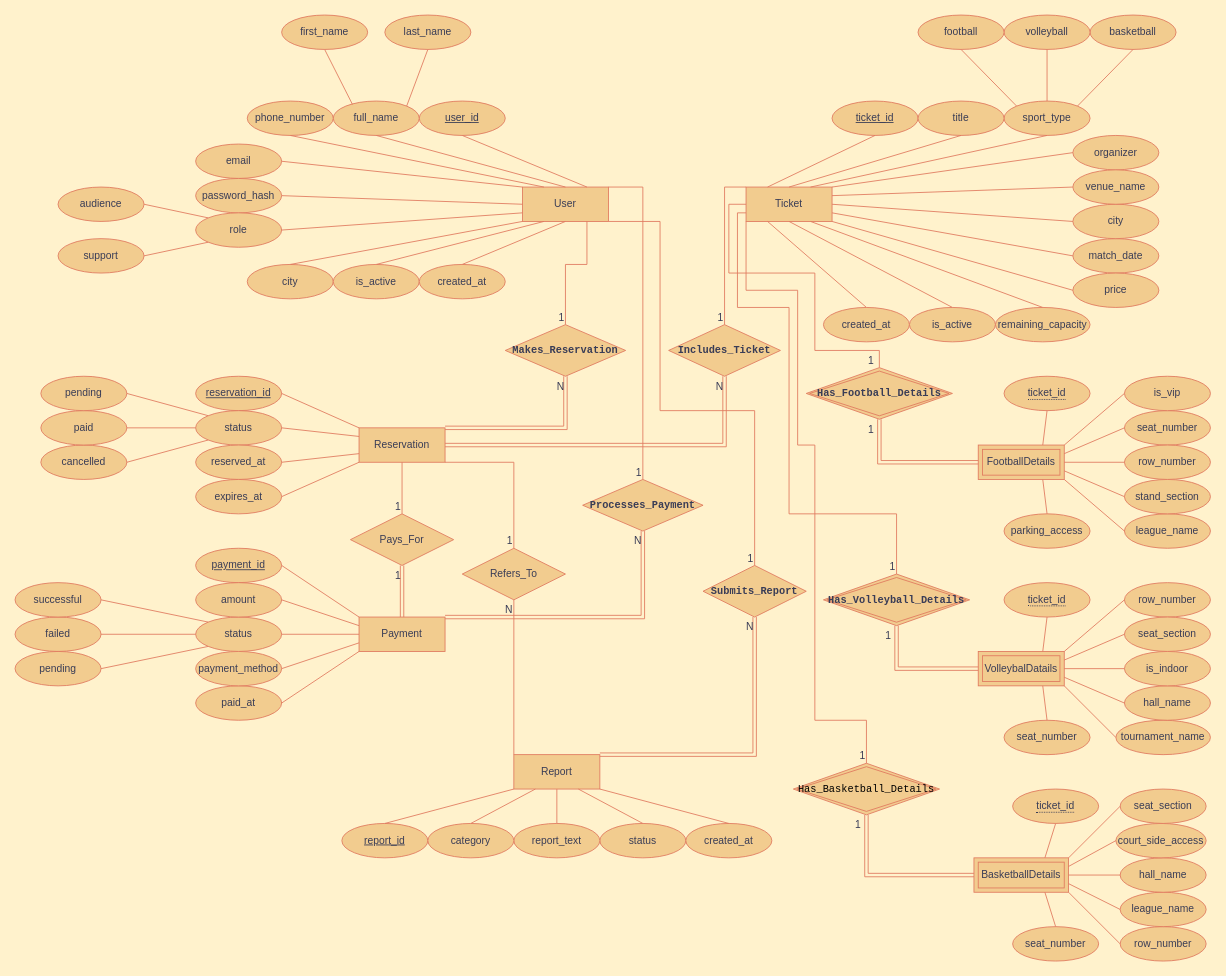
Above: database/erd/erd_diagram.drawio in MohammafAfra83/SportsTicketPlatform (draw.io), before the change. Source tidied: cells renumbered, new cells numbered last; positions are measured from the earlier drawing's top-left corner, leaving out a move shared by most shapes. Both pictures are drawn from the tidied source at 86%, with x=0, y=0 at pixel (15, 15).
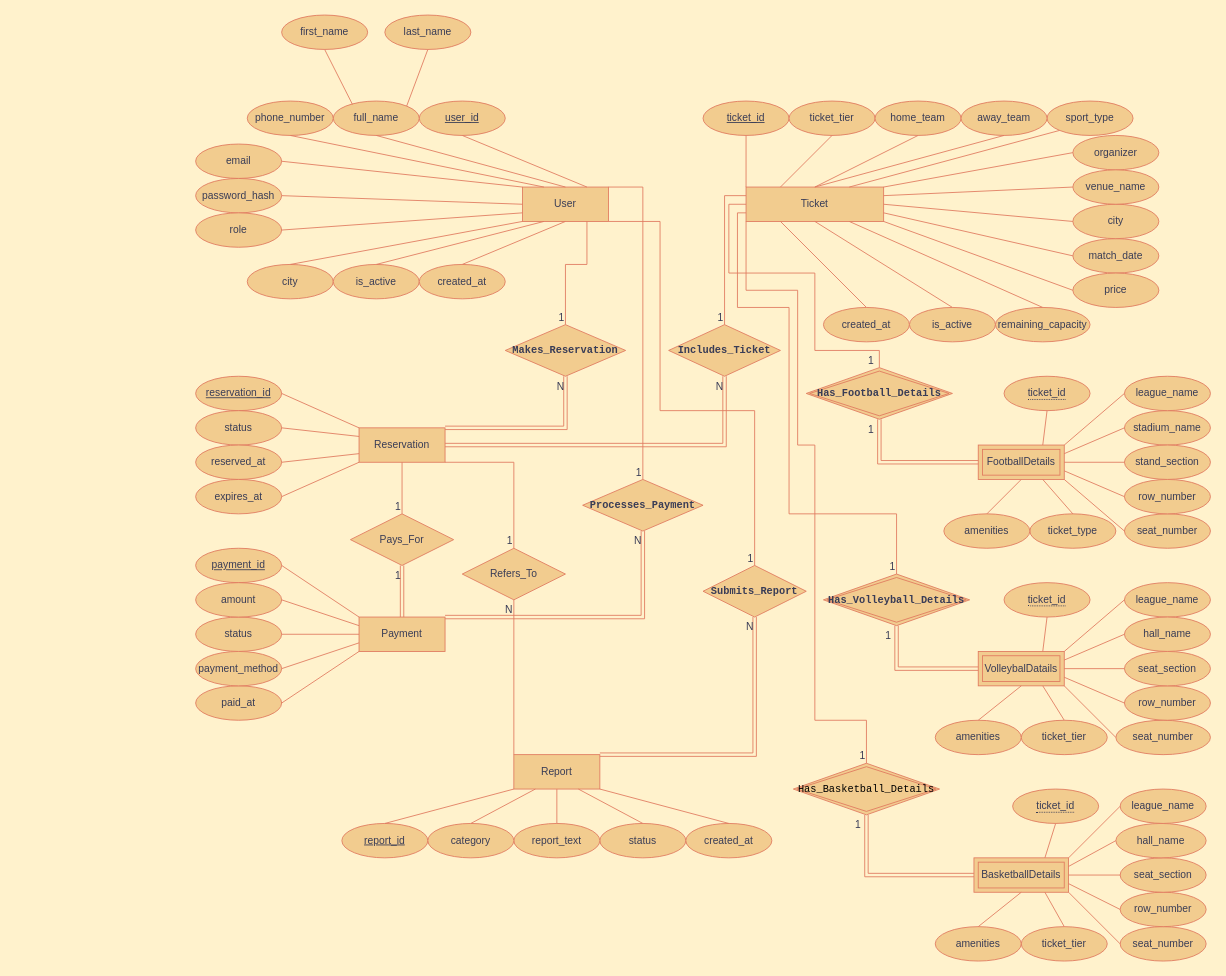
After the change.

Commit message:
refactor(erd): update draw.io source model with team attributes and amenities

The change refers to these unchanged cells:
```xml
<mxCell id="17" value="role" style="ellipse;whiteSpace=wrap;html=1;align=center;strokeColor=#E07A5F;fontColor=#393C56;fillColor=#F2CC8F;" parent="1" vertex="1">
  <mxGeometry x="210" y="230" width="100" height="40" as="geometry" />
</mxCell>
<mxCell id="58" value="FootballDetails" style="shape=ext;margin=3;double=1;whiteSpace=wrap;html=1;align=center;strokeColor=#E07A5F;fontColor=#393C56;fillColor=#F2CC8F;" parent="1" vertex="1">
  <mxGeometry x="1120" y="500" width="100" height="40" as="geometry" />
</mxCell>
<mxCell id="73" value="VolleybalDatails" style="shape=ext;margin=3;double=1;whiteSpace=wrap;html=1;align=center;strokeColor=#E07A5F;fontColor=#393C56;fillColor=#F2CC8F;" parent="1" vertex="1">
  <mxGeometry x="1120" y="740" width="100" height="40" as="geometry" />
</mxCell>
<mxCell id="88" value="BasketballDetails" style="shape=ext;margin=3;double=1;whiteSpace=wrap;html=1;align=center;strokeColor=#E07A5F;fontColor=#393C56;fillColor=#F2CC8F;" parent="1" vertex="1">
  <mxGeometry x="1115" y="980" width="110" height="40" as="geometry" />
</mxCell>
<mxCell id="106" value="status" style="ellipse;whiteSpace=wrap;html=1;align=center;strokeColor=#E07A5F;fontColor=#393C56;fillColor=#F2CC8F;" parent="1" vertex="1">
  <mxGeometry x="210" y="460" width="100" height="40" as="geometry" />
</mxCell>
<mxCell id="123" value="status" style="ellipse;whiteSpace=wrap;html=1;align=center;strokeColor=#E07A5F;fontColor=#393C56;fillColor=#F2CC8F;" parent="1" vertex="1">
  <mxGeometry x="210" y="700" width="100" height="40" as="geometry" />
</mxCell>
<mxCell id="151" value="&lt;b&gt;&lt;code&gt;Includes_Ticket&lt;/code&gt;&lt;/b&gt;" style="shape=rhombus;perimeter=rhombusPerimeter;whiteSpace=wrap;html=1;align=center;strokeColor=#E07A5F;fontColor=#393C56;fillColor=#F2CC8F;" parent="1" vertex="1">
  <mxGeometry x="760" y="360" width="130" height="60" as="geometry" />
</mxCell>
```

What changed in the source:
```diff
@@
-    <mxCell id="19" value="support" style="ellipse;whiteSpace=wrap;html=1;align=center;strokeColor=#E07A5F;fontColor=#393C56;fillColor=#F2CC8F;" parent="1" vertex="1">
-      <mxGeometry x="50" y="260" width="100" height="40" as="geometry" />
-    </mxCell>
-    <mxCell id="20" value="audience" style="ellipse;whiteSpace=wrap;html=1;align=center;strokeColor=#E07A5F;fontColor=#393C56;fillColor=#F2CC8F;" parent="1" vertex="1">
-      <mxGeometry x="50" y="200" width="100" height="40" as="geometry" />
-    </mxCell>
-    <mxCell id="21" style="endArrow=none;html=1;rounded=0;strokeColor=#E07A5F;fontColor=#393C56;fillColor=#F2CC8F;entryX=1;entryY=0.5;entryDx=0;entryDy=0;exitX=0;exitY=0;exitDx=0;exitDy=0;" parent="1" edge="1" source="17" target="20">
-      <mxGeometry relative="1" as="geometry" />
-    </mxCell>
-    <mxCell id="22" style="endArrow=none;html=1;rounded=0;strokeColor=#E07A5F;fontColor=#393C56;fillColor=#F2CC8F;entryX=1;entryY=0.5;entryDx=0;entryDy=0;exitX=0;exitY=1;exitDx=0;exitDy=0;" parent="1" edge="1" source="17" target="19">
-      <mxGeometry relative="1" as="geometry" />
-    </mxCell>
@@
     <mxCell id="29" value="Ticket" style="whiteSpace=wrap;html=1;align=center;strokeColor=#E07A5F;fontColor=#393C56;fillColor=#F2CC8F;" parent="1" vertex="1">
-      <mxGeometry x="850" y="200" width="100" height="40" as="geometry" />
+      <mxGeometry x="850" y="200" width="160" height="40" as="geometry" />
     </mxCell>
     <mxCell id="30" value="ticket_id" style="ellipse;whiteSpace=wrap;html=1;align=center;fontStyle=4;strokeColor=#E07A5F;fontColor=#393C56;fillColor=#F2CC8F;" parent="1" vertex="1">
-      <mxGeometry x="950" y="100" width="100" height="40" as="geometry" />
+      <mxGeometry x="800" y="100" width="100" height="40" as="geometry" />
     </mxCell>
     <mxCell id="31" value="sport_type" style="ellipse;whiteSpace=wrap;html=1;align=center;strokeColor=#E07A5F;fontColor=#393C56;fillColor=#F2CC8F;" parent="1" vertex="1">
-      <mxGeometry x="1150" y="100" width="100" height="40" as="geometry" />
+      <mxGeometry x="1200" y="100" width="100" height="40" as="geometry" />
     </mxCell>
-    <mxCell id="32" value="title" style="ellipse;whiteSpace=wrap;html=1;align=center;strokeColor=#E07A5F;fontColor=#393C56;fillColor=#F2CC8F;" parent="1" vertex="1">
-      <mxGeometry x="1050" y="100" width="100" height="40" as="geometry" />
-    </mxCell>
-    <mxCell id="33" style="endArrow=none;html=1;rounded=0;strokeColor=#E07A5F;fontColor=#393C56;fillColor=#F2CC8F;entryX=0.5;entryY=1;entryDx=0;entryDy=0;exitX=0.25;exitY=0;exitDx=0;exitDy=0;" parent="1" edge="1" source="29" target="30">
+    <mxCell id="33" style="endArrow=none;html=1;rounded=0;strokeColor=#E07A5F;fontColor=#393C56;fillColor=#F2CC8F;entryX=0.5;entryY=1;entryDx=0;entryDy=0;exitX=0;exitY=0;exitDx=0;exitDy=0;" parent="1" edge="1" source="29" target="30">
       <mxGeometry relative="1" as="geometry" />
     </mxCell>
-    <mxCell id="34" style="endArrow=none;html=1;rounded=0;strokeColor=#E07A5F;fontColor=#393C56;fillColor=#F2CC8F;entryX=0.5;entryY=1;entryDx=0;entryDy=0;exitX=0.5;exitY=0;exitDx=0;exitDy=0;" parent="1" edge="1" source="29" target="32">
+    <mxCell id="34" style="endArrow=none;html=1;rounded=0;strokeColor=#E07A5F;fontColor=#393C56;fillColor=#F2CC8F;exitX=0.5;exitY=0;exitDx=0;exitDy=0;entryX=0.5;entryY=1;entryDx=0;entryDy=0;" parent="1" edge="1" source="29" target="199">
       <mxGeometry relative="1" as="geometry" />
     </mxCell>
-    <mxCell id="35" style="endArrow=none;html=1;rounded=0;strokeColor=#E07A5F;fontColor=#393C56;fillColor=#F2CC8F;entryX=0.5;entryY=1;entryDx=0;entryDy=0;exitX=0.75;exitY=0;exitDx=0;exitDy=0;" parent="1" edge="1" source="29" target="31">
+    <mxCell id="35" style="endArrow=none;html=1;rounded=0;strokeColor=#E07A5F;fontColor=#393C56;fillColor=#F2CC8F;entryX=0;entryY=1;entryDx=0;entryDy=0;exitX=0.75;exitY=0;exitDx=0;exitDy=0;" parent="1" edge="1" source="29" target="31">
       <mxGeometry relative="1" as="geometry" />
     </mxCell>
-    <mxCell id="36" value="basketball" style="ellipse;whiteSpace=wrap;html=1;align=center;strokeColor=#E07A5F;fontColor=#393C56;fillColor=#F2CC8F;" parent="1" vertex="1">
-      <mxGeometry x="1250" width="100" height="40" as="geometry" />
-    </mxCell>
-    <mxCell id="37" value="volleyball" style="ellipse;whiteSpace=wrap;html=1;align=center;strokeColor=#E07A5F;fontColor=#393C56;fillColor=#F2CC8F;" parent="1" vertex="1">
-      <mxGeometry x="1150" width="100" height="40" as="geometry" />
-    </mxCell>
-    <mxCell id="38" value="football" style="ellipse;whiteSpace=wrap;html=1;align=center;strokeColor=#E07A5F;fontColor=#393C56;fillColor=#F2CC8F;" parent="1" vertex="1">
-      <mxGeometry x="1050" width="100" height="40" as="geometry" />
-    </mxCell>
-    <mxCell id="39" style="endArrow=none;html=1;rounded=0;strokeColor=#E07A5F;fontColor=#393C56;fillColor=#F2CC8F;entryX=0.5;entryY=1;entryDx=0;entryDy=0;exitX=0;exitY=0;exitDx=0;exitDy=0;" parent="1" edge="1" source="31" target="38">
-      <mxGeometry relative="1" as="geometry" />
-    </mxCell>
-    <mxCell id="40" style="endArrow=none;html=1;rounded=0;strokeColor=#E07A5F;fontColor=#393C56;fillColor=#F2CC8F;entryX=0.5;entryY=1;entryDx=0;entryDy=0;exitX=0.5;exitY=0;exitDx=0;exitDy=0;" parent="1" edge="1" source="31" target="37">
-      <mxGeometry relative="1" as="geometry" />
-    </mxCell>
-    <mxCell id="41" style="endArrow=none;html=1;rounded=0;strokeColor=#E07A5F;fontColor=#393C56;fillColor=#F2CC8F;entryX=0.5;entryY=1;entryDx=0;entryDy=0;exitX=1;exitY=0;exitDx=0;exitDy=0;" parent="1" edge="1" source="31" target="36">
-      <mxGeometry relative="1" as="geometry" />
-    </mxCell>
@@
-    <mxCell id="61" value="league_name" style="ellipse;whiteSpace=wrap;html=1;align=center;strokeColor=#E07A5F;fontColor=#393C56;fillColor=#F2CC8F;" parent="1" vertex="1">
+    <mxCell id="61" value="seat_number" style="ellipse;whiteSpace=wrap;html=1;align=center;strokeColor=#E07A5F;fontColor=#393C56;fillColor=#F2CC8F;" parent="1" vertex="1">
       <mxGeometry x="1290" y="580" width="100" height="40" as="geometry" />
     </mxCell>
-    <mxCell id="62" value="stand_section" style="ellipse;whiteSpace=wrap;html=1;align=center;strokeColor=#E07A5F;fontColor=#393C56;fillColor=#F2CC8F;" parent="1" vertex="1">
+    <mxCell id="62" value="row_number" style="ellipse;whiteSpace=wrap;html=1;align=center;strokeColor=#E07A5F;fontColor=#393C56;fillColor=#F2CC8F;" parent="1" vertex="1">
       <mxGeometry x="1290" y="540" width="100" height="40" as="geometry" />
     </mxCell>
-    <mxCell id="63" value="seat_number" style="ellipse;whiteSpace=wrap;html=1;align=center;strokeColor=#E07A5F;fontColor=#393C56;fillColor=#F2CC8F;" parent="1" vertex="1">
+    <mxCell id="63" value="stadium_name" style="ellipse;whiteSpace=wrap;html=1;align=center;strokeColor=#E07A5F;fontColor=#393C56;fillColor=#F2CC8F;" parent="1" vertex="1">
       <mxGeometry x="1290" y="460" width="100" height="40" as="geometry" />
     </mxCell>
-    <mxCell id="64" value="is_vip" style="ellipse;whiteSpace=wrap;html=1;align=center;strokeColor=#E07A5F;fontColor=#393C56;fillColor=#F2CC8F;" parent="1" vertex="1">
+    <mxCell id="64" value="league_name" style="ellipse;whiteSpace=wrap;html=1;align=center;strokeColor=#E07A5F;fontColor=#393C56;fillColor=#F2CC8F;" parent="1" vertex="1">
       <mxGeometry x="1290" y="420" width="100" height="40" as="geometry" />
     </mxCell>
-    <mxCell id="65" value="row_number" style="ellipse;whiteSpace=wrap;html=1;align=center;strokeColor=#E07A5F;fontColor=#393C56;fillColor=#F2CC8F;" parent="1" vertex="1">
+    <mxCell id="65" value="stand_section" style="ellipse;whiteSpace=wrap;html=1;align=center;strokeColor=#E07A5F;fontColor=#393C56;fillColor=#F2CC8F;" parent="1" vertex="1">
       <mxGeometry x="1290" y="500" width="100" height="40" as="geometry" />
     </mxCell>
-    <mxCell id="66" value="parking_access" style="ellipse;whiteSpace=wrap;html=1;align=center;strokeColor=#E07A5F;fontColor=#393C56;fillColor=#F2CC8F;" parent="1" vertex="1">
-      <mxGeometry x="1150" y="580" width="100" height="40" as="geometry" />
+    <mxCell id="66" value="ticket_type" style="ellipse;whiteSpace=wrap;html=1;align=center;strokeColor=#E07A5F;fontColor=#393C56;fillColor=#F2CC8F;" parent="1" vertex="1">
+      <mxGeometry x="1180" y="580" width="100" height="40" as="geometry" />
     </mxCell>
@@
-    <mxCell id="76" value="seat_number" style="ellipse;whiteSpace=wrap;html=1;align=center;strokeColor=#E07A5F;fontColor=#393C56;fillColor=#F2CC8F;" parent="1" vertex="1">
-      <mxGeometry x="1150" y="820" width="100" height="40" as="geometry" />
+    <mxCell id="76" value="ticket_tier" style="ellipse;whiteSpace=wrap;html=1;align=center;strokeColor=#E07A5F;fontColor=#393C56;fillColor=#F2CC8F;" parent="1" vertex="1">
+      <mxGeometry x="1170" y="820" width="100" height="40" as="geometry" />
     </mxCell>
-    <mxCell id="77" value="tournament_name" style="ellipse;whiteSpace=wrap;html=1;align=center;strokeColor=#E07A5F;fontColor=#393C56;fillColor=#F2CC8F;" parent="1" vertex="1">
+    <mxCell id="77" value="seat_number" style="ellipse;whiteSpace=wrap;html=1;align=center;strokeColor=#E07A5F;fontColor=#393C56;fillColor=#F2CC8F;" parent="1" vertex="1">
       <mxGeometry x="1280" y="820" width="110" height="40" as="geometry" />
     </mxCell>
-    <mxCell id="78" value="hall_name" style="ellipse;whiteSpace=wrap;html=1;align=center;strokeColor=#E07A5F;fontColor=#393C56;fillColor=#F2CC8F;" parent="1" vertex="1">
+    <mxCell id="78" value="row_number" style="ellipse;whiteSpace=wrap;html=1;align=center;strokeColor=#E07A5F;fontColor=#393C56;fillColor=#F2CC8F;" parent="1" vertex="1">
       <mxGeometry x="1290" y="780" width="100" height="40" as="geometry" />
     </mxCell>
-    <mxCell id="79" value="is_indoor" style="ellipse;whiteSpace=wrap;html=1;align=center;strokeColor=#E07A5F;fontColor=#393C56;fillColor=#F2CC8F;" parent="1" vertex="1">
+    <mxCell id="79" value="seat_section" style="ellipse;whiteSpace=wrap;html=1;align=center;strokeColor=#E07A5F;fontColor=#393C56;fillColor=#F2CC8F;" parent="1" vertex="1">
       <mxGeometry x="1290" y="740" width="100" height="40" as="geometry" />
     </mxCell>
-    <mxCell id="80" value="row_number" style="ellipse;whiteSpace=wrap;html=1;align=center;strokeColor=#E07A5F;fontColor=#393C56;fillColor=#F2CC8F;" parent="1" vertex="1">
+    <mxCell id="80" value="league_name" style="ellipse;whiteSpace=wrap;html=1;align=center;strokeColor=#E07A5F;fontColor=#393C56;fillColor=#F2CC8F;" parent="1" vertex="1">
       <mxGeometry x="1290" y="660" width="100" height="40" as="geometry" />
     </mxCell>
-    <mxCell id="81" value="seat_section" style="ellipse;whiteSpace=wrap;html=1;align=center;strokeColor=#E07A5F;fontColor=#393C56;fillColor=#F2CC8F;" parent="1" vertex="1">
+    <mxCell id="81" value="hall_name" style="ellipse;whiteSpace=wrap;html=1;align=center;strokeColor=#E07A5F;fontColor=#393C56;fillColor=#F2CC8F;" parent="1" vertex="1">
       <mxGeometry x="1290" y="700" width="100" height="40" as="geometry" />
     </mxCell>
@@
-    <mxCell id="91" value="row_number" style="ellipse;whiteSpace=wrap;html=1;align=center;strokeColor=#E07A5F;fontColor=#393C56;fillColor=#F2CC8F;" parent="1" vertex="1">
+    <mxCell id="91" value="seat_number" style="ellipse;whiteSpace=wrap;html=1;align=center;strokeColor=#E07A5F;fontColor=#393C56;fillColor=#F2CC8F;" parent="1" vertex="1">
       <mxGeometry x="1285" y="1060" width="100" height="40" as="geometry" />
     </mxCell>
-    <mxCell id="92" value="league_name" style="ellipse;whiteSpace=wrap;html=1;align=center;strokeColor=#E07A5F;fontColor=#393C56;fillColor=#F2CC8F;" parent="1" vertex="1">
+    <mxCell id="92" value="row_number" style="ellipse;whiteSpace=wrap;html=1;align=center;strokeColor=#E07A5F;fontColor=#393C56;fillColor=#F2CC8F;" parent="1" vertex="1">
       <mxGeometry x="1285" y="1020" width="100" height="40" as="geometry" />
     </mxCell>
-    <mxCell id="93" value="hall_name" style="ellipse;whiteSpace=wrap;html=1;align=center;strokeColor=#E07A5F;fontColor=#393C56;fillColor=#F2CC8F;" parent="1" vertex="1">
+    <mxCell id="93" value="seat_section" style="ellipse;whiteSpace=wrap;html=1;align=center;strokeColor=#E07A5F;fontColor=#393C56;fillColor=#F2CC8F;" parent="1" vertex="1">
       <mxGeometry x="1285" y="980" width="100" height="40" as="geometry" />
     </mxCell>
-    <mxCell id="94" value="court_side_access" style="ellipse;whiteSpace=wrap;html=1;align=center;strokeColor=#E07A5F;fontColor=#393C56;fillColor=#F2CC8F;" parent="1" vertex="1">
+    <mxCell id="94" value="hall_name" style="ellipse;whiteSpace=wrap;html=1;align=center;strokeColor=#E07A5F;fontColor=#393C56;fillColor=#F2CC8F;" parent="1" vertex="1">
       <mxGeometry x="1280" y="940" width="105" height="40" as="geometry" />
     </mxCell>
-    <mxCell id="95" value="seat_section" style="ellipse;whiteSpace=wrap;html=1;align=center;strokeColor=#E07A5F;fontColor=#393C56;fillColor=#F2CC8F;" parent="1" vertex="1">
+    <mxCell id="95" value="league_name" style="ellipse;whiteSpace=wrap;html=1;align=center;strokeColor=#E07A5F;fontColor=#393C56;fillColor=#F2CC8F;" parent="1" vertex="1">
       <mxGeometry x="1285" y="900" width="100" height="40" as="geometry" />
     </mxCell>
-    <mxCell id="96" value="seat_number" style="ellipse;whiteSpace=wrap;html=1;align=center;strokeColor=#E07A5F;fontColor=#393C56;fillColor=#F2CC8F;" parent="1" vertex="1">
-      <mxGeometry x="1160" y="1060" width="100" height="40" as="geometry" />
+    <mxCell id="96" value="ticket_tier" style="ellipse;whiteSpace=wrap;html=1;align=center;strokeColor=#E07A5F;fontColor=#393C56;fillColor=#F2CC8F;" parent="1" vertex="1">
+      <mxGeometry x="1170" y="1060" width="100" height="40" as="geometry" />
     </mxCell>
@@
-    <mxCell id="112" value="cancelled" style="ellipse;whiteSpace=wrap;html=1;align=center;strokeColor=#E07A5F;fontColor=#393C56;fillColor=#F2CC8F;" parent="1" vertex="1">
-      <mxGeometry x="30" y="500" width="100" height="40" as="geometry" />
-    </mxCell>
-    <mxCell id="113" value="paid" style="ellipse;whiteSpace=wrap;html=1;align=center;strokeColor=#E07A5F;fontColor=#393C56;fillColor=#F2CC8F;" parent="1" vertex="1">
-      <mxGeometry x="30" y="460" width="100" height="40" as="geometry" />
-    </mxCell>
-    <mxCell id="114" value="pending" style="ellipse;whiteSpace=wrap;html=1;align=center;strokeColor=#E07A5F;fontColor=#393C56;fillColor=#F2CC8F;" parent="1" vertex="1">
-      <mxGeometry x="30" y="420" width="100" height="40" as="geometry" />
-    </mxCell>
-    <mxCell id="115" style="endArrow=none;html=1;rounded=0;strokeColor=#E07A5F;fontColor=#393C56;fillColor=#F2CC8F;entryX=1;entryY=0.5;entryDx=0;entryDy=0;exitX=0;exitY=0;exitDx=0;exitDy=0;" parent="1" edge="1" source="106" target="114">
-      <mxGeometry relative="1" as="geometry" />
-    </mxCell>
-    <mxCell id="116" style="endArrow=none;html=1;rounded=0;strokeColor=#E07A5F;fontColor=#393C56;fillColor=#F2CC8F;entryX=1;entryY=0.5;entryDx=0;entryDy=0;exitX=0;exitY=0.5;exitDx=0;exitDy=0;" parent="1" edge="1" source="106" target="113">
-      <mxGeometry relative="1" as="geometry" />
-    </mxCell>
-    <mxCell id="117" style="endArrow=none;html=1;rounded=0;strokeColor=#E07A5F;fontColor=#393C56;fillColor=#F2CC8F;entryX=1;entryY=0.5;entryDx=0;entryDy=0;exitX=0;exitY=1;exitDx=0;exitDy=0;" parent="1" edge="1" source="106" target="112">
-      <mxGeometry relative="1" as="geometry" />
-    </mxCell>
@@
-    <mxCell id="120" value="failed" style="ellipse;whiteSpace=wrap;html=1;align=center;strokeColor=#E07A5F;fontColor=#393C56;fillColor=#F2CC8F;" parent="1" vertex="1">
-      <mxGeometry y="700" width="100" height="40" as="geometry" />
-    </mxCell>
@@
-    <mxCell id="125" value="pending" style="ellipse;whiteSpace=wrap;html=1;align=center;strokeColor=#E07A5F;fontColor=#393C56;fillColor=#F2CC8F;" parent="1" vertex="1">
-      <mxGeometry y="740" width="100" height="40" as="geometry" />
-    </mxCell>
-    <mxCell id="126" value="successful" style="ellipse;whiteSpace=wrap;html=1;align=center;strokeColor=#E07A5F;fontColor=#393C56;fillColor=#F2CC8F;" parent="1" vertex="1">
-      <mxGeometry y="660" width="100" height="40" as="geometry" />
-    </mxCell>
-    <mxCell id="127" style="endArrow=none;html=1;rounded=0;strokeColor=#E07A5F;fontColor=#393C56;fillColor=#F2CC8F;entryX=1;entryY=0.5;entryDx=0;entryDy=0;exitX=0;exitY=0;exitDx=0;exitDy=0;" parent="1" edge="1" source="123" target="126">
-      <mxGeometry relative="1" as="geometry" />
-    </mxCell>
-    <mxCell id="128" style="endArrow=none;html=1;rounded=0;strokeColor=#E07A5F;fontColor=#393C56;fillColor=#F2CC8F;entryX=1;entryY=0.5;entryDx=0;entryDy=0;exitX=0;exitY=0.5;exitDx=0;exitDy=0;" parent="1" edge="1" source="123" target="120">
-      <mxGeometry relative="1" as="geometry" />
-    </mxCell>
-    <mxCell id="129" style="endArrow=none;html=1;rounded=0;strokeColor=#E07A5F;fontColor=#393C56;fillColor=#F2CC8F;entryX=1;entryY=0.5;entryDx=0;entryDy=0;exitX=0;exitY=1;exitDx=0;exitDy=0;" parent="1" edge="1" source="123" target="125">
-      <mxGeometry relative="1" as="geometry" />
-    </mxCell>
@@
-    <mxCell id="152" style="endArrow=none;html=1;rounded=0;strokeColor=#E07A5F;fontColor=#393C56;fillColor=#F2CC8F;entryX=0.5;entryY=0;entryDx=0;entryDy=0;exitX=0;exitY=0;exitDx=0;exitDy=0;" parent="1" edge="1" source="29" target="151">
+    <mxCell id="152" style="endArrow=none;html=1;rounded=0;strokeColor=#E07A5F;fontColor=#393C56;fillColor=#F2CC8F;entryX=0.5;entryY=0;entryDx=0;entryDy=0;exitX=0;exitY=0.25;exitDx=0;exitDy=0;" parent="1" edge="1" source="29" target="151">
       <mxGeometry relative="1" as="geometry">
         <Array as="points">
-          <mxPoint x="825" y="200" />
+          <mxPoint x="825" y="210" />
         </Array>
       </mxGeometry>
     </mxCell>
@@
+    <mxCell id="191" value="ticket_tier" style="ellipse;whiteSpace=wrap;html=1;align=center;strokeColor=#E07A5F;fontColor=#393C56;fillColor=#F2CC8F;" parent="1" vertex="1">
+      <mxGeometry x="900" y="100" width="100" height="40" as="geometry" />
+    </mxCell>
+    <mxCell id="192" style="endArrow=none;html=1;rounded=0;strokeColor=#E07A5F;fontColor=#393C56;fillColor=#F2CC8F;entryX=0.5;entryY=1;entryDx=0;entryDy=0;exitX=0.25;exitY=0;exitDx=0;exitDy=0;" parent="1" edge="1" source="29" target="191">
+      <mxGeometry relative="1" as="geometry" />
+    </mxCell>
+    <mxCell id="193" value="amenities" style="ellipse;whiteSpace=wrap;html=1;align=center;strokeColor=#E07A5F;fontColor=#393C56;fillColor=#F2CC8F;" parent="1" vertex="1">
+      <mxGeometry x="1080" y="580" width="100" height="40" as="geometry" />
+    </mxCell>
+    <mxCell id="194" style="endArrow=none;html=1;rounded=0;strokeColor=#E07A5F;fontColor=#393C56;fillColor=#F2CC8F;entryX=0.5;entryY=1;entryDx=0;entryDy=0;exitX=0.5;exitY=0;exitDx=0;exitDy=0;" parent="1" edge="1" source="193" target="58">
+      <mxGeometry relative="1" as="geometry" />
+    </mxCell>
+    <mxCell id="195" value="amenities" style="ellipse;whiteSpace=wrap;html=1;align=center;strokeColor=#E07A5F;fontColor=#393C56;fillColor=#F2CC8F;" parent="1" vertex="1">
+      <mxGeometry x="1070" y="820" width="100" height="40" as="geometry" />
+    </mxCell>
+    <mxCell id="196" style="endArrow=none;html=1;rounded=0;strokeColor=#E07A5F;fontColor=#393C56;fillColor=#F2CC8F;entryX=0.5;entryY=1;entryDx=0;entryDy=0;exitX=0.5;exitY=0;exitDx=0;exitDy=0;" parent="1" edge="1" source="195" target="73">
+      <mxGeometry relative="1" as="geometry" />
+    </mxCell>
+    <mxCell id="197" value="amenities" style="ellipse;whiteSpace=wrap;html=1;align=center;strokeColor=#E07A5F;fontColor=#393C56;fillColor=#F2CC8F;" parent="1" vertex="1">
+      <mxGeometry x="1070" y="1060" width="100" height="40" as="geometry" />
+    </mxCell>
+    <mxCell id="198" style="endArrow=none;html=1;rounded=0;strokeColor=#E07A5F;fontColor=#393C56;fillColor=#F2CC8F;exitX=0.5;exitY=0;exitDx=0;exitDy=0;entryX=0.5;entryY=1;entryDx=0;entryDy=0;" parent="1" edge="1" source="197" target="88">
+      <mxGeometry relative="1" as="geometry" />
+    </mxCell>
+    <mxCell id="199" value="home_team" style="ellipse;whiteSpace=wrap;html=1;align=center;strokeColor=#E07A5F;fontColor=#393C56;fillColor=#F2CC8F;" parent="1" vertex="1">
+      <mxGeometry x="1000" y="100" width="100" height="40" as="geometry" />
+    </mxCell>
+    <mxCell id="200" value="away_team" style="ellipse;whiteSpace=wrap;html=1;align=center;strokeColor=#E07A5F;fontColor=#393C56;fillColor=#F2CC8F;" parent="1" vertex="1">
+      <mxGeometry x="1100" y="100" width="100" height="40" as="geometry" />
+    </mxCell>
+    <mxCell id="201" style="endArrow=none;html=1;rounded=0;strokeColor=#E07A5F;fontColor=#393C56;fillColor=#F2CC8F;exitX=0.5;exitY=0;exitDx=0;exitDy=0;entryX=0.5;entryY=1;entryDx=0;entryDy=0;" parent="1" edge="1" source="29" target="200">
+      <mxGeometry relative="1" as="geometry" />
+    </mxCell>
```
